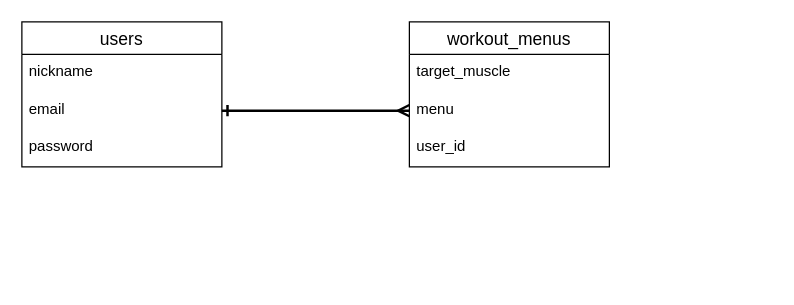
Above: ER.dio in kazuya0529/PumpLog (draw.io), before the change. Source tidied: cells renumbered, new cells numbered last; positions are measured from the earlier drawing's top-left corner, leaving out a move shared by most shapes. Both pictures are drawn from the tidied source at 125%, with x=0, y=0 at pixel (21, 21).
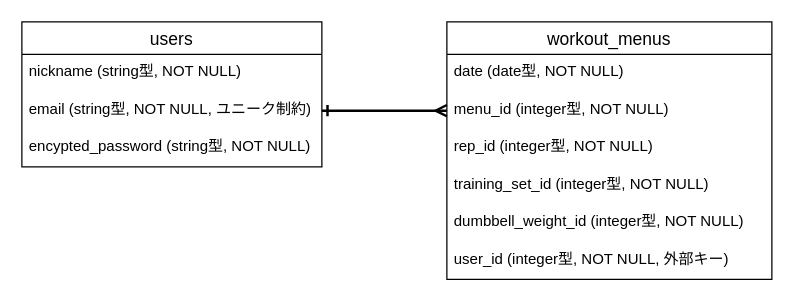
The same diagram, later.

Change to the diagram source:
```diff
@@
 <mxGraphModel>
   <root>
     <mxCell id="0" />
     <mxCell id="1" parent="0" />
     <mxCell id="2" value="users" style="swimlane;fontStyle=0;horizontal=1;startSize=26;align=center;fontSize=14;" parent="1" vertex="1">
-      <mxGeometry width="160" height="116" as="geometry" />
+      <mxGeometry width="240" height="116" as="geometry" />
     </mxCell>
-    <mxCell id="3" value="nickname&lt;span style=&quot;white-space: pre;&quot;&gt;&#9;&lt;/span&gt;" style="text;strokeColor=none;fillColor=none;spacingLeft=4;spacingRight=4;overflow=hidden;fontSize=12;whiteSpace=wrap;html=1;" parent="2" vertex="1">
-      <mxGeometry y="26" width="160" height="30" as="geometry" />
+    <mxCell id="3" value="nickname (string型, NOT NULL)&lt;span style=&quot;background-color: transparent; white-space: pre;&quot;&gt;&#9;&lt;/span&gt;" style="text;strokeColor=none;fillColor=none;spacingLeft=4;spacingRight=4;overflow=hidden;fontSize=12;whiteSpace=wrap;html=1;" parent="2" vertex="1">
+      <mxGeometry y="26" width="240" height="30" as="geometry" />
     </mxCell>
-    <mxCell id="4" value="email" style="text;strokeColor=none;fillColor=none;spacingLeft=4;spacingRight=4;overflow=hidden;points=[[0,0.5],[1,0.5]];portConstraint=eastwest;fontSize=12;whiteSpace=wrap;html=1;" parent="2" vertex="1">
-      <mxGeometry y="56" width="160" height="30" as="geometry" />
+    <mxCell id="4" value="email&amp;nbsp;&lt;span style=&quot;color: rgb(0, 0, 0);&quot;&gt;(string型, NOT NULL, ユニーク制約)&lt;/span&gt;" style="text;strokeColor=none;fillColor=none;spacingLeft=4;spacingRight=4;overflow=hidden;points=[[0,0.5],[1,0.5]];portConstraint=eastwest;fontSize=12;whiteSpace=wrap;html=1;" parent="2" vertex="1">
+      <mxGeometry y="56" width="240" height="30" as="geometry" />
     </mxCell>
-    <mxCell id="5" value="password" style="text;strokeColor=none;fillColor=none;spacingLeft=4;spacingRight=4;overflow=hidden;fontSize=12;whiteSpace=wrap;html=1;" parent="2" vertex="1">
-      <mxGeometry y="86" width="160" height="30" as="geometry" />
+    <mxCell id="5" value="encypted_password (string型, NOT NULL)" style="text;strokeColor=none;fillColor=none;spacingLeft=4;spacingRight=4;overflow=hidden;fontSize=12;whiteSpace=wrap;html=1;" parent="2" vertex="1">
+      <mxGeometry y="86" width="240" height="30" as="geometry" />
     </mxCell>
     <mxCell id="6" value="workout_menus" style="swimlane;fontStyle=0;horizontal=1;startSize=26;align=center;fontSize=14;" parent="1" vertex="1">
-      <mxGeometry x="310" width="160" height="116" as="geometry" />
+      <mxGeometry x="340" width="260" height="206" as="geometry" />
     </mxCell>
-    <mxCell id="7" value="target_muscle" style="text;strokeColor=none;fillColor=none;spacingLeft=4;spacingRight=4;overflow=hidden;fontSize=12;whiteSpace=wrap;html=1;" parent="6" vertex="1">
-      <mxGeometry y="26" width="160" height="30" as="geometry" />
+    <mxCell id="7" value="date (date型, NOT NULL)" style="text;strokeColor=none;fillColor=none;spacingLeft=4;spacingRight=4;overflow=hidden;fontSize=12;whiteSpace=wrap;html=1;" parent="6" vertex="1">
+      <mxGeometry y="26" width="260" height="30" as="geometry" />
     </mxCell>
-    <mxCell id="8" value="menu" style="text;strokeColor=none;fillColor=none;spacingLeft=4;spacingRight=4;overflow=hidden;points=[[0,0.5],[1,0.5]];portConstraint=eastwest;fontSize=12;whiteSpace=wrap;html=1;" parent="6" vertex="1">
-      <mxGeometry y="56" width="160" height="30" as="geometry" />
+    <mxCell id="8" value="menu_id&lt;span style=&quot;color: rgb(0, 0, 0);&quot;&gt;&amp;nbsp;(integer型, NOT NULL)&lt;/span&gt;" style="text;strokeColor=none;fillColor=none;spacingLeft=4;spacingRight=4;overflow=hidden;points=[[0,0.5],[1,0.5]];portConstraint=eastwest;fontSize=12;whiteSpace=wrap;html=1;" parent="6" vertex="1">
+      <mxGeometry y="56" width="260" height="30" as="geometry" />
     </mxCell>
-    <mxCell id="9" value="user_id" style="text;strokeColor=none;fillColor=none;spacingLeft=4;spacingRight=4;overflow=hidden;fontSize=12;whiteSpace=wrap;html=1;" parent="6" vertex="1">
-      <mxGeometry y="86" width="160" height="30" as="geometry" />
+    <mxCell id="9" value="rep_id&lt;span style=&quot;color: rgb(0, 0, 0);&quot;&gt;&amp;nbsp;(integer型, NOT NULL)&lt;/span&gt;" style="text;strokeColor=none;fillColor=none;spacingLeft=4;spacingRight=4;overflow=hidden;fontSize=12;whiteSpace=wrap;html=1;" parent="6" vertex="1">
+      <mxGeometry y="86" width="260" height="30" as="geometry" />
     </mxCell>
+    <mxCell id="11" value="training_set_id&lt;span style=&quot;color: rgb(0, 0, 0);&quot;&gt;&amp;nbsp;(integer型, NOT NULL)&lt;/span&gt;" style="text;strokeColor=none;fillColor=none;spacingLeft=4;spacingRight=4;overflow=hidden;fontSize=12;whiteSpace=wrap;html=1;" parent="6" vertex="1">
+      <mxGeometry y="116" width="260" height="30" as="geometry" />
+    </mxCell>
+    <mxCell id="12" value="dumbbell_weight_id&lt;span style=&quot;color: rgb(0, 0, 0);&quot;&gt;&amp;nbsp;(integer型, NOT NULL)&lt;/span&gt;" style="text;strokeColor=none;fillColor=none;spacingLeft=4;spacingRight=4;overflow=hidden;fontSize=12;whiteSpace=wrap;html=1;" parent="6" vertex="1">
+      <mxGeometry y="146" width="260" height="30" as="geometry" />
+    </mxCell>
+    <mxCell id="13" value="&lt;span style=&quot;color: rgb(0, 0, 0);&quot;&gt;user_id&lt;/span&gt;&lt;span style=&quot;color: rgb(0, 0, 0);&quot;&gt;&amp;nbsp;(integer型, NOT NULL, 外部キー)&lt;/span&gt;" style="text;strokeColor=none;fillColor=none;spacingLeft=4;spacingRight=4;overflow=hidden;fontSize=12;whiteSpace=wrap;html=1;" parent="6" vertex="1">
+      <mxGeometry y="176" width="260" height="30" as="geometry" />
+    </mxCell>
     <mxCell id="10" style="edgeStyle=none;html=1;exitX=1;exitY=0.5;exitDx=0;exitDy=0;entryX=0;entryY=0.5;entryDx=0;entryDy=0;strokeWidth=2;startArrow=ERone;startFill=0;endArrow=ERmany;endFill=0;" parent="1" edge="1" source="4" target="8">
       <mxGeometry relative="1" as="geometry" />
     </mxCell>
   </root>
 </mxGraphModel>
```
